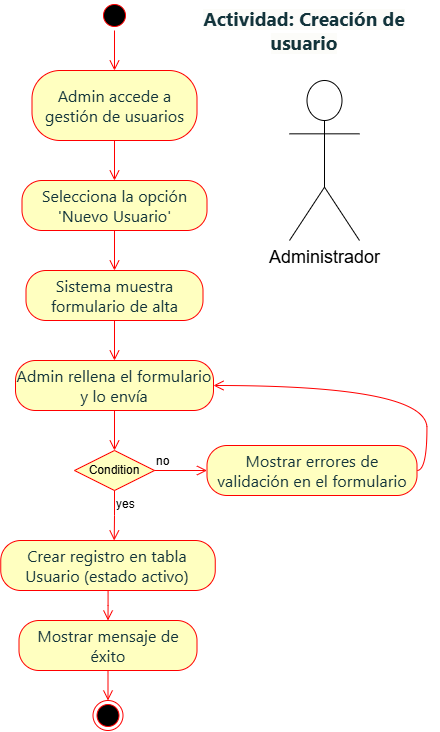
Above: doc/TerapiTrack_Documentación_Técnica/img/actividad_crear_usuario.png in lanchares/TerapiTrack (draw.io), before the change. Source tidied: cells renumbered, new cells last; positions are measured from the earlier drawing's top-left corner, leaving out a move shared by most shapes.
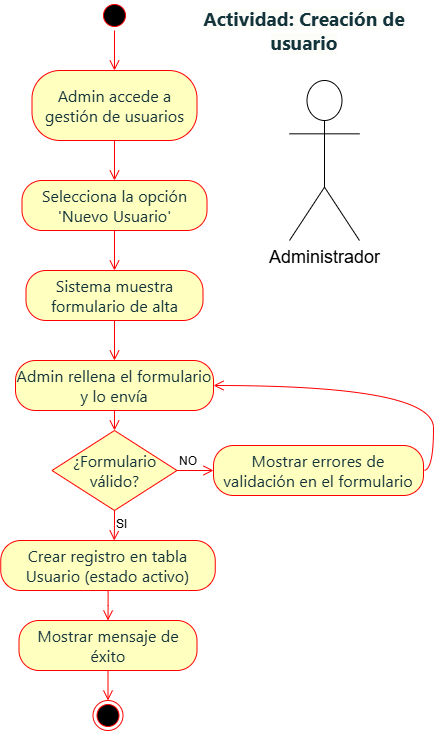
After the commit.

The edit, as a diff of the source:
```diff
@@ -35,17 +35,17 @@
     <mxCell id="12" style="edgeStyle=orthogonalEdgeStyle;html=1;verticalAlign=bottom;endArrow=open;endSize=8;strokeColor=#ff0000;rounded=0;fontSize=12;curved=1;entryX=0.5;entryY=0;entryDx=0;entryDy=0;" parent="1" edge="1" source="11" target="13">
       <mxGeometry relative="1" as="geometry" />
     </mxCell>
-    <mxCell id="13" value="Condition" style="rhombus;whiteSpace=wrap;html=1;fontColor=#000000;fillColor=#ffffc0;strokeColor=#ff0000;" parent="1" vertex="1">
-      <mxGeometry x="74" y="450" width="80" height="40" as="geometry" />
+    <mxCell id="13" value="&lt;span style=&quot;color: oklch(0.3039 0.04 213.68); font-family: fkGroteskNeue, ui-sans-serif, system-ui, -apple-system, BlinkMacSystemFont, &amp;quot;Segoe UI&amp;quot;, Roboto, &amp;quot;Helvetica Neue&amp;quot;, Arial, &amp;quot;Noto Sans&amp;quot;, sans-serif, &amp;quot;Apple Color Emoji&amp;quot;, &amp;quot;Segoe UI Emoji&amp;quot;, &amp;quot;Segoe UI Symbol&amp;quot;, &amp;quot;Noto Color Emoji&amp;quot;, &amp;quot;Hiragino Sans&amp;quot;, &amp;quot;PingFang SC&amp;quot;, &amp;quot;Apple SD Gothic Neo&amp;quot;, &amp;quot;Yu Gothic&amp;quot;, &amp;quot;Microsoft YaHei&amp;quot;, &amp;quot;Microsoft JhengHei&amp;quot;, Meiryo; font-size: 16px; text-align: start;&quot;&gt;¿Formulario válido?&lt;/span&gt;" style="rhombus;whiteSpace=wrap;html=1;fontColor=#000000;fillColor=#ffffc0;strokeColor=#ff0000;" parent="1" vertex="1">
+      <mxGeometry x="51.5" y="430" width="125" height="80" as="geometry" />
     </mxCell>
-    <mxCell id="14" value="no" style="edgeStyle=orthogonalEdgeStyle;html=1;align=left;verticalAlign=bottom;endArrow=open;endSize=8;strokeColor=#ff0000;rounded=0;fontSize=12;curved=1;entryX=0;entryY=0.5;entryDx=0;entryDy=0;" parent="1" edge="1" source="13" target="16">
+    <mxCell id="14" value="NO" style="edgeStyle=orthogonalEdgeStyle;html=1;align=left;verticalAlign=bottom;endArrow=open;endSize=8;strokeColor=#ff0000;rounded=0;fontSize=12;curved=1;entryX=0;entryY=0.5;entryDx=0;entryDy=0;" parent="1" edge="1" source="13" target="16">
       <mxGeometry x="-1" relative="1" as="geometry" />
     </mxCell>
-    <mxCell id="15" value="yes" style="edgeStyle=orthogonalEdgeStyle;html=1;align=left;verticalAlign=top;endArrow=open;endSize=8;strokeColor=#ff0000;rounded=0;fontSize=12;curved=1;entryX=0.529;entryY=0;entryDx=0;entryDy=0;entryPerimeter=0;" parent="1" edge="1" source="13" target="18">
+    <mxCell id="15" value="SI" style="edgeStyle=orthogonalEdgeStyle;html=1;align=left;verticalAlign=top;endArrow=open;endSize=8;strokeColor=#ff0000;rounded=0;fontSize=12;curved=1;entryX=0.529;entryY=0;entryDx=0;entryDy=0;entryPerimeter=0;" parent="1" edge="1" source="13" target="18">
       <mxGeometry x="-1" relative="1" as="geometry" />
     </mxCell>
     <mxCell id="16" value="&lt;span style=&quot;color: oklch(0.3039 0.04 213.68); font-family: fkGroteskNeue, ui-sans-serif, system-ui, -apple-system, BlinkMacSystemFont, &amp;quot;Segoe UI&amp;quot;, Roboto, &amp;quot;Helvetica Neue&amp;quot;, Arial, &amp;quot;Noto Sans&amp;quot;, sans-serif, &amp;quot;Apple Color Emoji&amp;quot;, &amp;quot;Segoe UI Emoji&amp;quot;, &amp;quot;Segoe UI Symbol&amp;quot;, &amp;quot;Noto Color Emoji&amp;quot;, &amp;quot;Hiragino Sans&amp;quot;, &amp;quot;PingFang SC&amp;quot;, &amp;quot;Apple SD Gothic Neo&amp;quot;, &amp;quot;Yu Gothic&amp;quot;, &amp;quot;Microsoft YaHei&amp;quot;, &amp;quot;Microsoft JhengHei&amp;quot;, Meiryo; font-size: 16px; letter-spacing: 0.08px; text-align: start;&quot;&gt;Mostrar errores de validación en el formulario&lt;/span&gt;" style="rounded=1;whiteSpace=wrap;html=1;arcSize=40;fontColor=#000000;fillColor=#ffffc0;strokeColor=#ff0000;" parent="1" vertex="1">
-      <mxGeometry x="206.5" y="445" width="210" height="50" as="geometry" />
+      <mxGeometry x="213" y="445" width="210" height="50" as="geometry" />
     </mxCell>
     <mxCell id="17" style="edgeStyle=orthogonalEdgeStyle;html=1;verticalAlign=bottom;endArrow=open;endSize=8;strokeColor=#ff0000;rounded=0;fontSize=12;curved=1;entryX=1;entryY=0.5;entryDx=0;entryDy=0;exitX=1;exitY=0.5;exitDx=0;exitDy=0;" parent="1" edge="1" source="16" target="11">
       <mxGeometry relative="1" as="geometry" />
```
